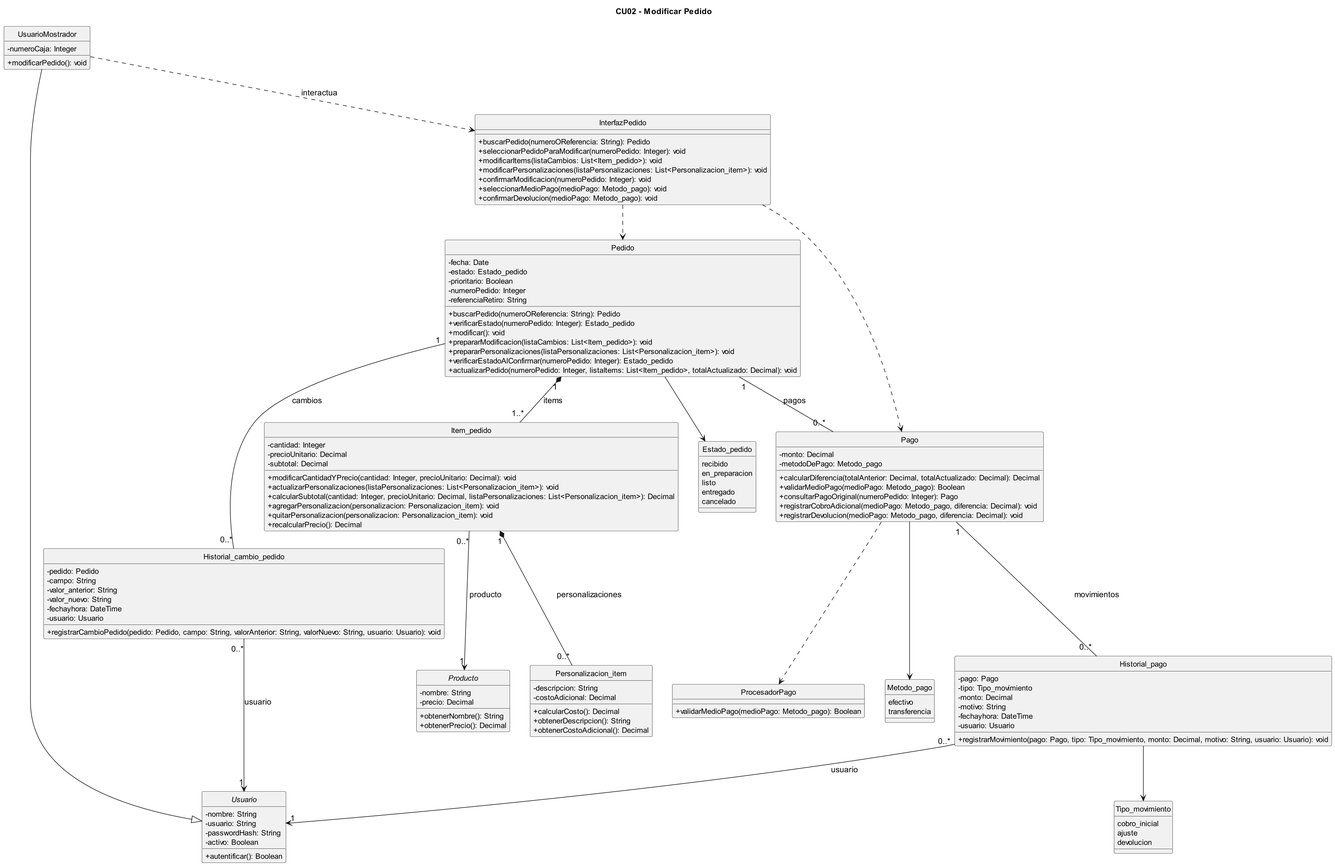
The PlantUML diagram diagramas/01-diagrama-clases/02-clases-modificar-pedido-02.png in eloeyhe/SistemaPedidos, before a commit. Its diagram source:
```plantuml
@startuml
title CU02 - Modificar Pedido
top to bottom direction
hide circle
skinparam classAttributeIconSize 0
skinparam defaultFontSize 14
skinparam classFontSize 15
skinparam classAttributeFontSize 13
skinparam dpi 160

abstract class Usuario {
  -nombre: String
  -usuario: String
  -passwordHash: String
  -activo: Boolean
  +autentificar(): Boolean
}

class UsuarioMostrador {
  -numeroCaja: Integer
  +modificarPedido(): void
}

class InterfazPedido {
  +buscarPedido(numeroOReferencia: String): Pedido
  +seleccionarPedidoParaModificar(numeroPedido: Integer): void
  +modificarItems(listaCambios: List<Item_pedido>): void
  +modificarPersonalizaciones(listaPersonalizaciones: List<Personalizacion_item>): void
  +confirmarModificacion(numeroPedido: Integer): void
  +seleccionarMedioPago(medioPago: Metodo_pago): void
  +confirmarDevolucion(medioPago: Metodo_pago): void
}

class Pedido {
  -fecha: Date
  -estado: Estado_pedido
  -prioritario: Boolean
  -numeroPedido: Integer
  -referenciaRetiro: String
  +buscarPedido(numeroOReferencia: String): Pedido
  +verificarEstado(numeroPedido: Integer): Estado_pedido
  +modificar(): void
  +prepararModificacion(listaCambios: List<Item_pedido>): void
  +prepararPersonalizaciones(listaPersonalizaciones: List<Personalizacion_item>): void
  +verificarEstadoAlConfirmar(numeroPedido: Integer): Estado_pedido
  +actualizarPedido(numeroPedido: Integer, listaItems: List<Item_pedido>, totalActualizado: Decimal): void
}

class Item_pedido {
  -cantidad: Integer
  -precioUnitario: Decimal
  -subtotal: Decimal
  +modificarCantidadYPrecio(cantidad: Integer, precioUnitario: Decimal): void
  +actualizarPersonalizaciones(listaPersonalizaciones: List<Personalizacion_item>): void
  +calcularSubtotal(cantidad: Integer, precioUnitario: Decimal, listaPersonalizaciones: List<Personalizacion_item>): Decimal
  +agregarPersonalizacion(personalizacion: Personalizacion_item): void
  +quitarPersonalizacion(personalizacion: Personalizacion_item): void
  +recalcularPrecio(): Decimal
}

abstract class Producto {
  -nombre: String
  -precio: Decimal
  +obtenerNombre(): String
  +obtenerPrecio(): Decimal
}

class Personalizacion_item {
  -descripcion: String
  -costoAdicional: Decimal
  +calcularCosto(): Decimal
  +obtenerDescripcion(): String
  +obtenerCostoAdicional(): Decimal
}

class Pago {
  -monto: Decimal
  -metodoDePago: Metodo_pago
  +calcularDiferencia(totalAnterior: Decimal, totalActualizado: Decimal): Decimal
  +validarMedioPago(medioPago: Metodo_pago): Boolean
  +consultarPagoOriginal(numeroPedido: Integer): Pago
  +registrarCobroAdicional(medioPago: Metodo_pago, diferencia: Decimal): void
  +registrarDevolucion(medioPago: Metodo_pago, diferencia: Decimal): void
}

class ProcesadorPago {
  +validarMedioPago(medioPago: Metodo_pago): Boolean
}

class Historial_pago {
  -pago: Pago
  -tipo: Tipo_movimiento
  -monto: Decimal
  -motivo: String
  -fechayhora: DateTime
  -usuario: Usuario
  +registrarMovimiento(pago: Pago, tipo: Tipo_movimiento, monto: Decimal, motivo: String, usuario: Usuario): void
}

class Historial_cambio_pedido {
  -pedido: Pedido
  -campo: String
  -valor_anterior: String
  -valor_nuevo: String
  -fechayhora: DateTime
  -usuario: Usuario
  +registrarCambioPedido(pedido: Pedido, campo: String, valorAnterior: String, valorNuevo: String, usuario: Usuario): void
  }

enum Estado_pedido {
  recibido
  en_preparacion
  listo
  entregado
  cancelado
}

enum Metodo_pago {
  efectivo
  transferencia
}

enum Tipo_movimiento {
  cobro_inicial
  ajuste
  devolucion
}

UsuarioMostrador --|> Usuario

UsuarioMostrador ..> InterfazPedido : interactua
InterfazPedido ..> Pedido
InterfazPedido ..> Pago
Pago ..> ProcesadorPago

Pedido "1" *-- "1..*" Item_pedido : items
Item_pedido "1" *-- "0..*" Personalizacion_item : personalizaciones

Item_pedido "0..*" --> "1" Producto : producto
Pedido "1" -- "0..*" Pago : pagos
Pago "1" -- "0..*" Historial_pago : movimientos
Pedido "1" -- "0..*" Historial_cambio_pedido : cambios

Historial_pago "0..*" --> "1" Usuario : usuario
Historial_cambio_pedido "0..*" --> "1" Usuario : usuario

Pedido --> Estado_pedido
Pago --> Metodo_pago
Historial_pago --> Tipo_movimiento

@enduml
```
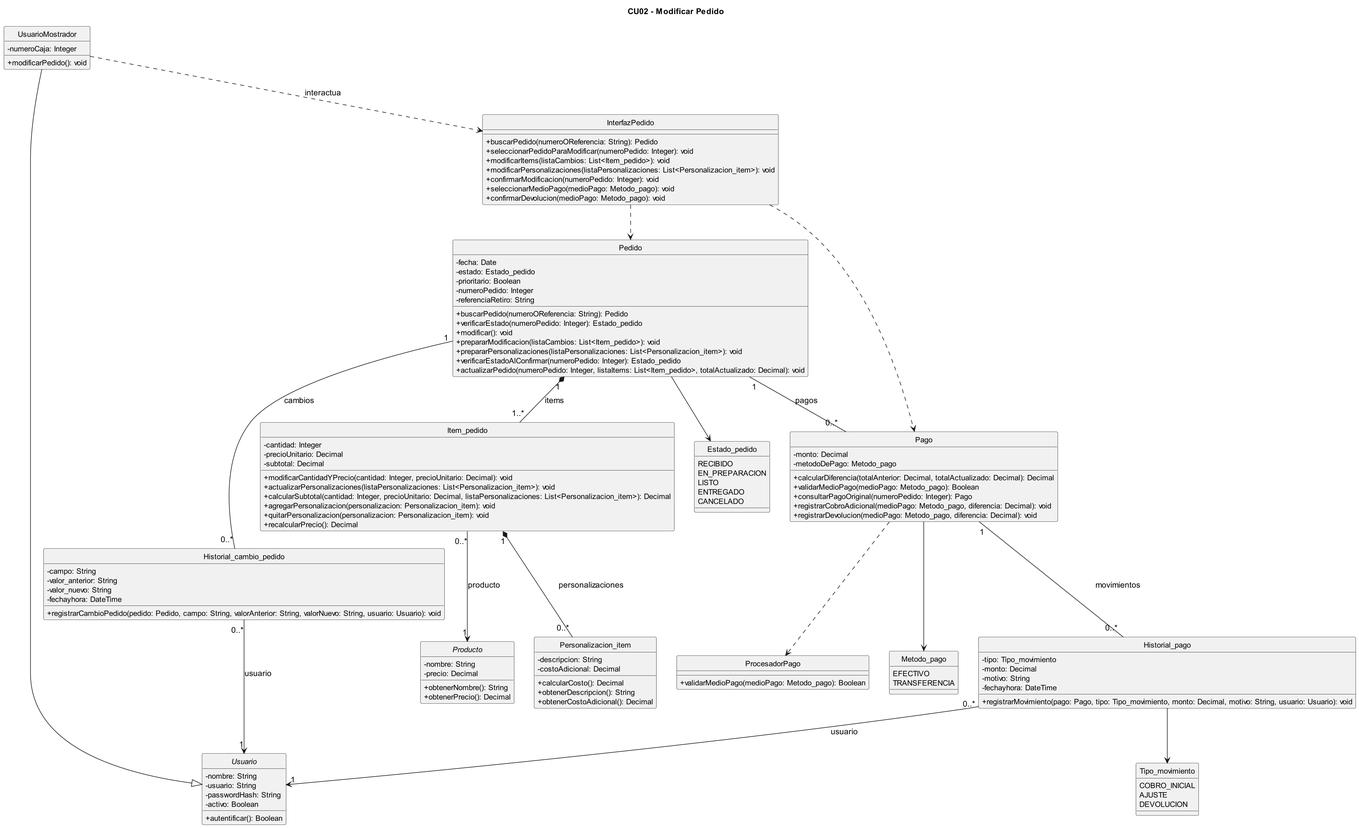
The same file after the commit.

Change to the diagram source:
```diff
@@ -88,42 +88,38 @@
 }
 
 class Historial_pago {
-  -pago: Pago
   -tipo: Tipo_movimiento
   -monto: Decimal
   -motivo: String
   -fechayhora: DateTime
-  -usuario: Usuario
   +registrarMovimiento(pago: Pago, tipo: Tipo_movimiento, monto: Decimal, motivo: String, usuario: Usuario): void
 }
 
 class Historial_cambio_pedido {
-  -pedido: Pedido
   -campo: String
   -valor_anterior: String
   -valor_nuevo: String
   -fechayhora: DateTime
-  -usuario: Usuario
   +registrarCambioPedido(pedido: Pedido, campo: String, valorAnterior: String, valorNuevo: String, usuario: Usuario): void
   }
 
 enum Estado_pedido {
-  recibido
-  en_preparacion
-  listo
-  entregado
-  cancelado
+  RECIBIDO
+  EN_PREPARACION
+  LISTO
+  ENTREGADO
+  CANCELADO
 }
 
 enum Metodo_pago {
-  efectivo
-  transferencia
+  EFECTIVO
+  TRANSFERENCIA
 }
 
 enum Tipo_movimiento {
-  cobro_inicial
-  ajuste
-  devolucion
+  COBRO_INICIAL
+  AJUSTE
+  DEVOLUCION
 }
 
 UsuarioMostrador --|> Usuario
```
